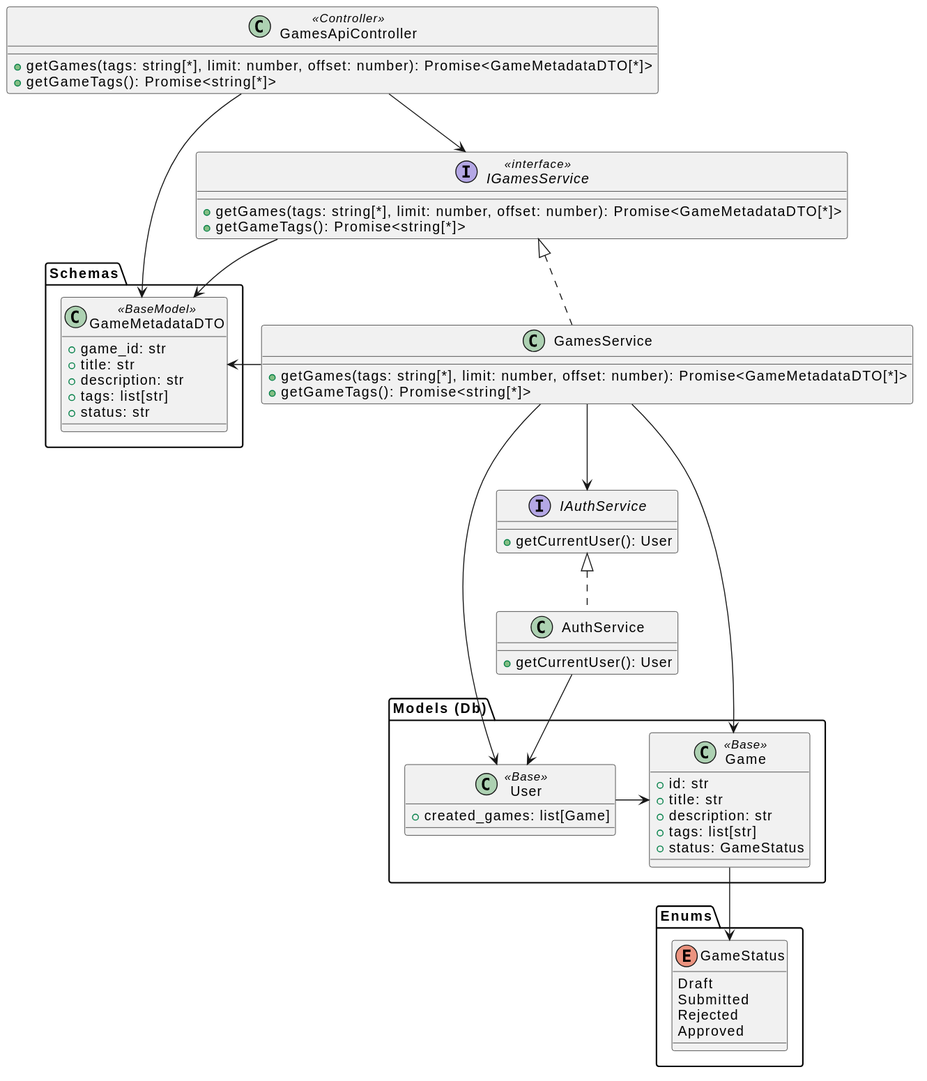
Earlier version of the PlantUML export diagrams/backend/rendered/authors-game-list.svg (Igor-Ochocki/POP-2026Z). Source of this version:
```plantuml
@startuml
interface IGamesService <<interface>> {
    +getGames(tags: string[*], limit: number, offset: number): Promise<GameMetadataDTO[*]>
    +getGameTags(): Promise<string[*]>
}

class GamesApiController <<Controller>> {
    +getGames(tags: string[*], limit: number, offset: number): Promise<GameMetadataDTO[*]>
    +getGameTags(): Promise<string[*]>
}

class GamesService implements IGamesService {
    +getGames(tags: string[*], limit: number, offset: number): Promise<GameMetadataDTO[*]>
    +getGameTags(): Promise<string[*]>
}

interface IAuthService {
    + getCurrentUser(): User
}

class AuthService implements IAuthService {
    + getCurrentUser(): User
}


package "Models (Db)" as models {
    class Game <<Base>> {
        + id: str
        + title: str
        + description: str
        + tags: list[str]
        + status: GameStatus
    }

    class User <<Base>> {
        + created_games: list[Game]
    }
}

package "Enums"{
    enum GameStatus {
        Draft
        Submitted
        Rejected
        Approved
    }
}

package "Schemas" {
    class GameMetadataDTO <<BaseModel>> {
        + game_id: str
        + title: str
        + description: str
        + tags: list[str]
        + status: str
    }
}

GamesApiController --> IGamesService
User -> Game
Game --> GameStatus
GamesApiController -> GameMetadataDTO
IGamesService -> GameMetadataDTO
GamesService -> GameMetadataDTO
GamesService --> IAuthService
GamesService --> User
AuthService --> User
GamesService --> Game
@enduml
```
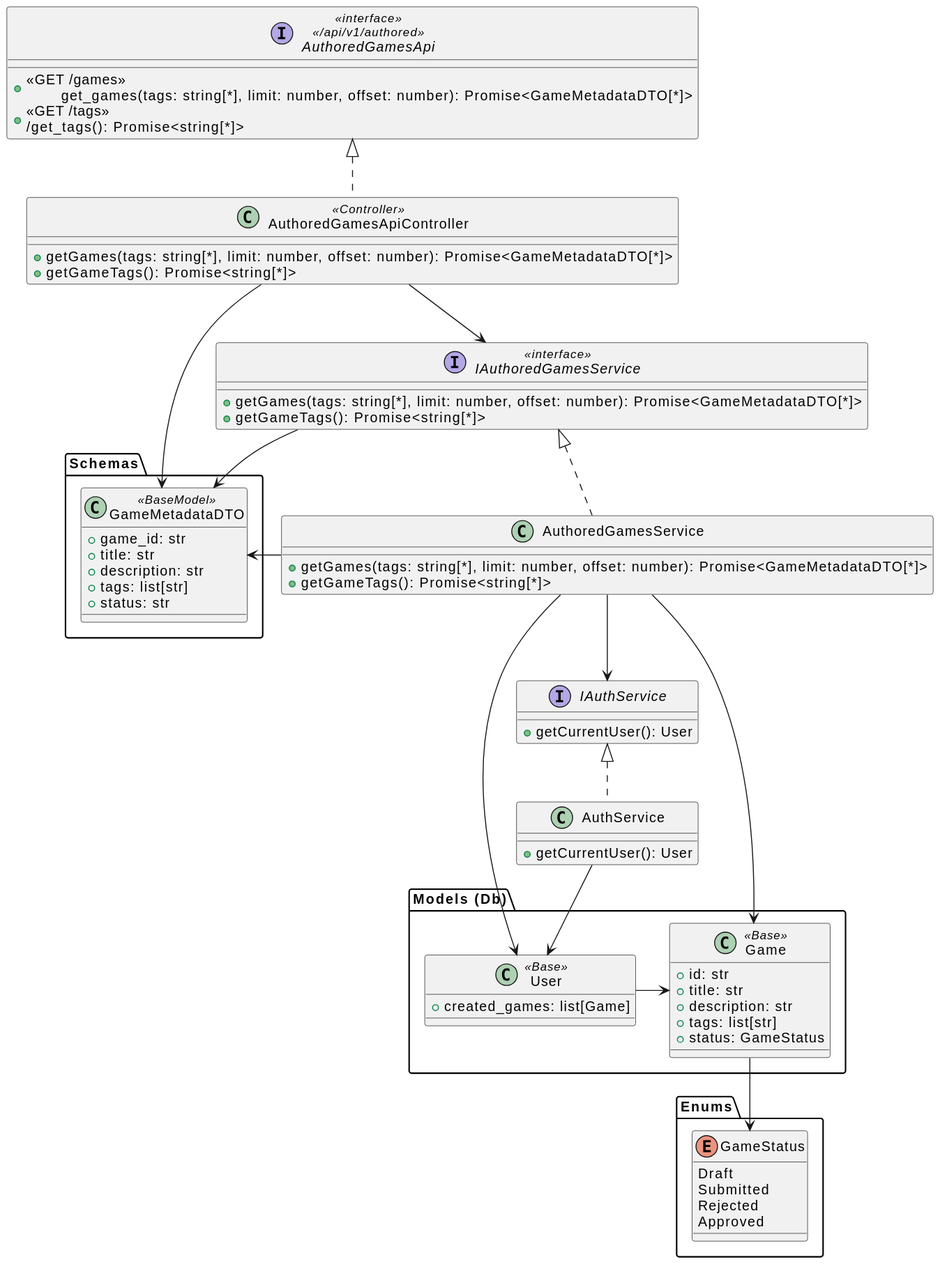
After the commit.

Commit message:
Kontroler teraz implementuje API

Change to the diagram source:
```diff
@@ -1,15 +1,15 @@
 @startuml
-interface IGamesService <<interface>> {
+interface AuthoredGamesApi <<interface>>\n<< /api/v1/authored >> {
+    + <<GET /games >>\n\tget_games(tags: string[*], limit: number, offset: number): Promise<GameMetadataDTO[*]>
+    + <<GET /tags >>\n/get_tags(): Promise<string[*]>
+}
+
+class AuthoredGamesApiController <<Controller>> implements AuthoredGamesApi {
     +getGames(tags: string[*], limit: number, offset: number): Promise<GameMetadataDTO[*]>
     +getGameTags(): Promise<string[*]>
 }
 
-class GamesApiController <<Controller>> {
-    +getGames(tags: string[*], limit: number, offset: number): Promise<GameMetadataDTO[*]>
-    +getGameTags(): Promise<string[*]>
-}
-
-class GamesService implements IGamesService {
+class AuthoredGamesService implements IAuthoredGamesService {
     +getGames(tags: string[*], limit: number, offset: number): Promise<GameMetadataDTO[*]>
     +getGameTags(): Promise<string[*]>
 }
@@ -37,6 +37,11 @@
     }
 }
 
+interface IAuthoredGamesService <<interface>> {
+    +getGames(tags: string[*], limit: number, offset: number): Promise<GameMetadataDTO[*]>
+    +getGameTags(): Promise<string[*]>
+}
+
 package "Enums"{
     enum GameStatus {
         Draft
@@ -56,14 +61,14 @@
     }
 }
 
-GamesApiController --> IGamesService
+AuthoredGamesApiController --> IAuthoredGamesService
 User -> Game
 Game --> GameStatus
-GamesApiController -> GameMetadataDTO
-IGamesService -> GameMetadataDTO
-GamesService -> GameMetadataDTO
-GamesService --> IAuthService
-GamesService --> User
+AuthoredGamesApiController -> GameMetadataDTO
+IAuthoredGamesService -> GameMetadataDTO
+AuthoredGamesService -> GameMetadataDTO
+AuthoredGamesService --> IAuthService
+AuthoredGamesService --> User
 AuthService --> User
-GamesService --> Game
+AuthoredGamesService --> Game
 @enduml
```
